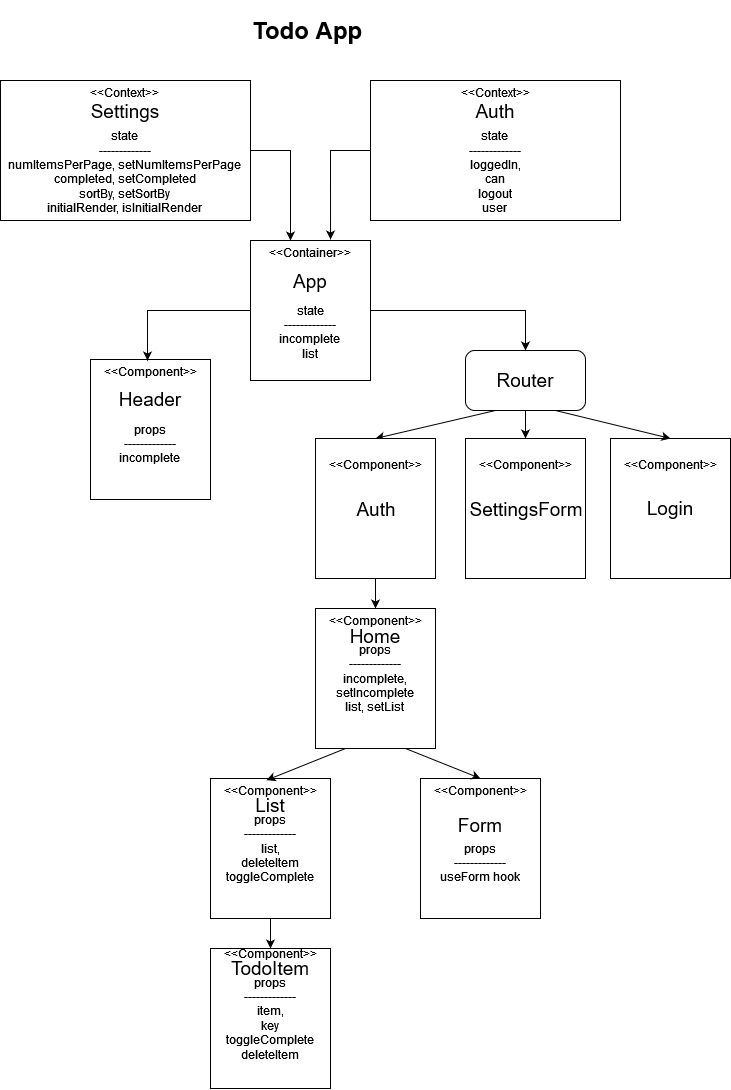
Earlier version of the draw.io export todoApp.png (Beers15/todo-app). Source tidied: cells renumbered, new cells last; positions are measured from the earlier drawing's top-left corner, leaving out a move shared by most shapes.
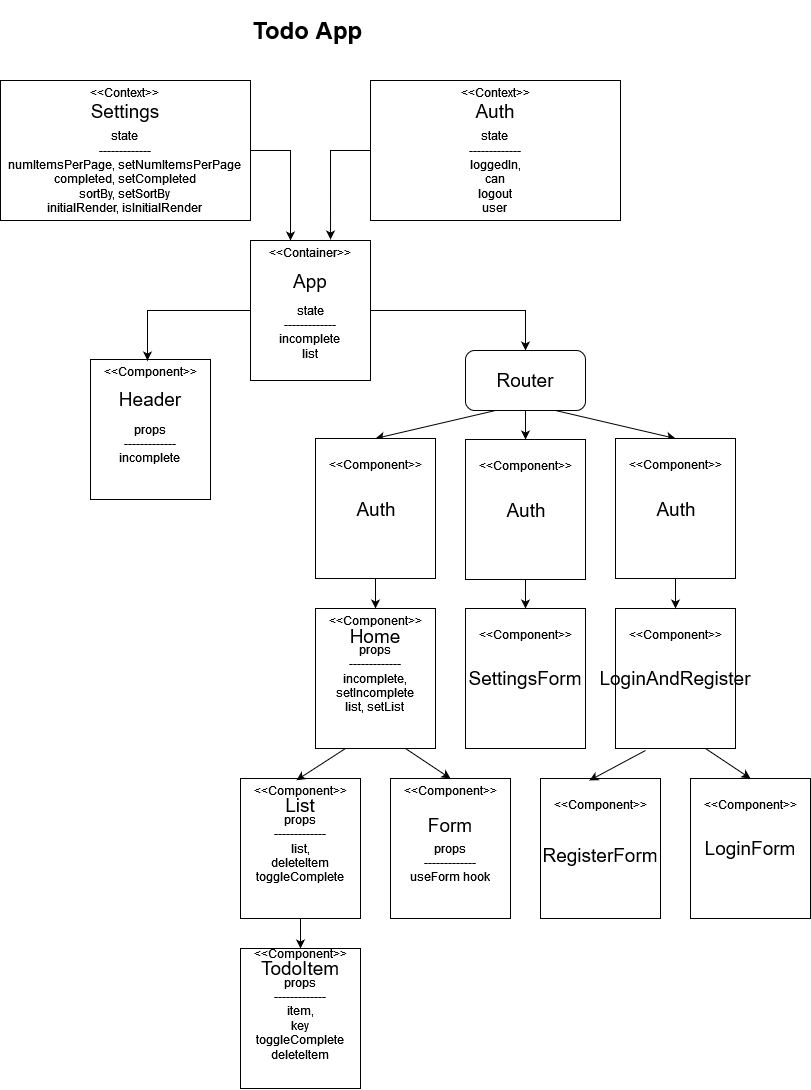
After the change.

Commit message:
Fix login and register bugs in Auth Context.

The edit, as a diff of the source:
```diff
@@ -17,9 +17,6 @@
     <mxCell id="6" value="&lt;div style=&quot;font-size: 19px&quot;&gt;&lt;font style=&quot;font-size: 19px&quot;&gt;&lt;b&gt;&lt;br&gt;&lt;/b&gt;&lt;/font&gt;&lt;/div&gt;&lt;div style=&quot;font-size: 19px&quot;&gt;Settings&lt;br&gt;&lt;/div&gt;" style="text;html=1;strokeColor=none;fillColor=none;align=center;verticalAlign=middle;whiteSpace=wrap;rounded=0;" parent="1" vertex="1">
       <mxGeometry x="95" y="80" width="60" height="20" as="geometry" />
     </mxCell>
-    <mxCell id="7" style="edgeStyle=orthogonalEdgeStyle;rounded=0;jettySize=auto;html=1;exitX=0.5;exitY=1;exitDx=0;exitDy=0;fontSize=19;" parent="1" edge="1" source="8" target="22">
-      <mxGeometry relative="1" as="geometry" />
-    </mxCell>
     <mxCell id="8" style="rounded=1;whiteSpace=wrap;html=1;fontSize=19;" parent="1" vertex="1">
       <mxGeometry x="465" y="340" width="120" height="60" as="geometry" />
     </mxCell>
@@ -81,31 +78,31 @@
       <mxGeometry x="345" y="618" width="60" height="2" as="geometry" />
     </mxCell>
     <mxCell id="22" value="&lt;div&gt;&amp;lt;&amp;lt;Component&amp;gt;&amp;gt;&lt;/div&gt;&lt;div&gt;&lt;br&gt;&lt;/div&gt;&lt;div&gt;&lt;br&gt;&lt;/div&gt;&lt;div&gt;&lt;br&gt;&lt;/div&gt;&lt;div&gt;&lt;br&gt;&lt;/div&gt;&lt;div&gt;&lt;br&gt;&lt;/div&gt;&lt;div&gt;&lt;br&gt;&lt;/div&gt;" style="rounded=0;whiteSpace=wrap;html=1;" parent="1" vertex="1">
-      <mxGeometry x="465" y="428" width="120" height="140" as="geometry" />
+      <mxGeometry x="465" y="598" width="120" height="140" as="geometry" />
     </mxCell>
     <mxCell id="23" value="&lt;div style=&quot;font-size: 19px&quot;&gt;&lt;font style=&quot;font-size: 19px&quot;&gt;SettingsForm&lt;/font&gt;&lt;/div&gt;" style="text;html=1;strokeColor=none;fillColor=none;align=center;verticalAlign=middle;whiteSpace=wrap;rounded=0;" parent="1" vertex="1">
-      <mxGeometry x="496" y="489" width="60" height="20" as="geometry" />
+      <mxGeometry x="495" y="658" width="60" height="20" as="geometry" />
     </mxCell>
     <mxCell id="24" value="&lt;div&gt;&amp;lt;&amp;lt;Component&amp;gt;&amp;gt;&lt;/div&gt;&lt;div&gt;&lt;br&gt;&lt;/div&gt;&lt;div&gt;&lt;br&gt;&lt;/div&gt;&lt;div&gt;&lt;br&gt;&lt;/div&gt;&lt;div&gt;&lt;br&gt;&lt;/div&gt;&lt;div&gt;&lt;br&gt;&lt;/div&gt;&lt;div&gt;&lt;br&gt;&lt;/div&gt;" style="rounded=0;whiteSpace=wrap;html=1;" parent="1" vertex="1">
-      <mxGeometry x="610" y="428" width="120" height="140" as="geometry" />
+      <mxGeometry x="615" y="598" width="120" height="140" as="geometry" />
     </mxCell>
-    <mxCell id="25" value="&lt;div style=&quot;font-size: 19px&quot;&gt;&lt;font style=&quot;font-size: 19px&quot;&gt;Login&lt;br&gt;&lt;/font&gt;&lt;/div&gt;" style="text;html=1;strokeColor=none;fillColor=none;align=center;verticalAlign=middle;whiteSpace=wrap;rounded=0;" parent="1" vertex="1">
-      <mxGeometry x="640" y="488" width="60" height="20" as="geometry" />
+    <mxCell id="25" value="&lt;div style=&quot;font-size: 19px&quot;&gt;&lt;font style=&quot;font-size: 19px&quot;&gt;LoginAndRegister&lt;br&gt;&lt;/font&gt;&lt;/div&gt;" style="text;html=1;strokeColor=none;fillColor=none;align=center;verticalAlign=middle;whiteSpace=wrap;rounded=0;" parent="1" vertex="1">
+      <mxGeometry x="645" y="658" width="60" height="20" as="geometry" />
     </mxCell>
     <mxCell id="26" style="edgeStyle=orthogonalEdgeStyle;rounded=0;jettySize=auto;html=1;fontSize=19;entryX=0.5;entryY=0;entryDx=0;entryDy=0;" parent="1" edge="1" source="27" target="29">
       <mxGeometry relative="1" as="geometry" />
     </mxCell>
     <mxCell id="27" value="&lt;div&gt;&amp;lt;&amp;lt;Component&amp;gt;&amp;gt;&lt;/div&gt;&lt;div&gt;&lt;br&gt;&lt;/div&gt;&lt;div&gt;props&lt;br&gt;&lt;/div&gt;&lt;div&gt;-------------&lt;/div&gt;&lt;div&gt;list,&lt;/div&gt;&lt;div&gt;deleteItem&lt;/div&gt;&lt;div&gt;toggleComplete&lt;br&gt;&lt;/div&gt;&lt;div&gt;&lt;br&gt;&lt;/div&gt;&lt;div&gt;&lt;br&gt;&lt;/div&gt;" style="rounded=0;whiteSpace=wrap;html=1;" parent="1" vertex="1">
-      <mxGeometry x="210" y="768" width="120" height="140" as="geometry" />
+      <mxGeometry x="240" y="768" width="120" height="140" as="geometry" />
     </mxCell>
     <mxCell id="28" value="&lt;div style=&quot;font-size: 19px&quot;&gt;&lt;font style=&quot;font-size: 19px&quot;&gt;List&lt;br&gt;&lt;/font&gt;&lt;/div&gt;" style="text;html=1;strokeColor=none;fillColor=none;align=center;verticalAlign=middle;whiteSpace=wrap;rounded=0;" parent="1" vertex="1">
-      <mxGeometry x="240" y="785" width="60" height="20" as="geometry" />
+      <mxGeometry x="270" y="785" width="60" height="20" as="geometry" />
     </mxCell>
     <mxCell id="29" value="&lt;div&gt;&amp;lt;&amp;lt;Component&amp;gt;&amp;gt;&lt;/div&gt;&lt;div&gt;&lt;br&gt;&lt;/div&gt;&lt;div&gt;props&lt;br&gt;&lt;/div&gt;&lt;div&gt;-------------&lt;/div&gt;&lt;div&gt;item,&lt;/div&gt;&lt;div&gt;key&lt;/div&gt;&lt;div&gt;toggleComplete&lt;/div&gt;&lt;div&gt;deleteItem&lt;br&gt;&lt;/div&gt;&lt;div&gt;&lt;br&gt;&lt;/div&gt;&lt;div&gt;&lt;br&gt;&lt;/div&gt;" style="rounded=0;whiteSpace=wrap;html=1;" parent="1" vertex="1">
-      <mxGeometry x="210" y="938" width="120" height="140" as="geometry" />
+      <mxGeometry x="240" y="938" width="120" height="140" as="geometry" />
     </mxCell>
     <mxCell id="30" value="&lt;div style=&quot;font-size: 19px&quot;&gt;&lt;font style=&quot;font-size: 19px&quot;&gt;TodoItem&lt;br&gt;&lt;/font&gt;&lt;/div&gt;" style="text;html=1;strokeColor=none;fillColor=none;align=center;verticalAlign=middle;whiteSpace=wrap;rounded=0;" parent="1" vertex="1">
-      <mxGeometry x="240" y="948" width="60" height="20" as="geometry" />
+      <mxGeometry x="270" y="948" width="60" height="20" as="geometry" />
     </mxCell>
     <mxCell id="31" style="edgeStyle=orthogonalEdgeStyle;rounded=0;jettySize=auto;html=1;fontSize=19;" parent="1" edge="1" source="32" target="20">
       <mxGeometry relative="1" as="geometry" />
@@ -116,14 +113,14 @@
     <mxCell id="33" value="&lt;div style=&quot;font-size: 19px&quot;&gt;&lt;font style=&quot;font-size: 19px&quot;&gt;Auth&lt;/font&gt;&lt;/div&gt;" style="text;html=1;strokeColor=none;fillColor=none;align=center;verticalAlign=middle;whiteSpace=wrap;rounded=0;" parent="1" vertex="1">
       <mxGeometry x="346" y="489" width="60" height="20" as="geometry" />
     </mxCell>
-    <mxCell id="34" style="endArrow=classic;html=1;rounded=0;fontSize=19;exitX=0.75;exitY=1;exitDx=0;exitDy=0;entryX=0.5;entryY=0;entryDx=0;entryDy=0;" parent="1" edge="1" source="8" target="24">
+    <mxCell id="34" style="endArrow=classic;html=1;rounded=0;fontSize=19;exitX=0.75;exitY=1;exitDx=0;exitDy=0;entryX=0.5;entryY=0;entryDx=0;entryDy=0;" parent="1" edge="1" source="8" target="45">
       <mxGeometry relative="1" as="geometry" />
     </mxCell>
     <mxCell id="35" value="&lt;div&gt;&amp;lt;&amp;lt;Component&amp;gt;&amp;gt;&lt;/div&gt;&lt;div&gt;&lt;br&gt;&lt;/div&gt;&lt;div&gt;&lt;br&gt;&lt;/div&gt;&lt;div&gt;&lt;br&gt;&lt;/div&gt;&lt;div&gt;props&lt;/div&gt;&lt;div&gt;-------------&lt;/div&gt;&lt;div&gt;useForm hook&lt;br&gt;&lt;/div&gt;&lt;div&gt;&lt;br&gt;&lt;/div&gt;&lt;div&gt;&lt;br&gt;&lt;/div&gt;" style="rounded=0;whiteSpace=wrap;html=1;" parent="1" vertex="1">
-      <mxGeometry x="420" y="768" width="120" height="140" as="geometry" />
+      <mxGeometry x="390" y="768" width="120" height="140" as="geometry" />
     </mxCell>
     <mxCell id="36" value="&lt;div style=&quot;font-size: 19px&quot;&gt;&lt;font style=&quot;font-size: 19px&quot;&gt;Form&lt;br&gt;&lt;/font&gt;&lt;/div&gt;" style="text;html=1;strokeColor=none;fillColor=none;align=center;verticalAlign=middle;whiteSpace=wrap;rounded=0;" parent="1" vertex="1">
-      <mxGeometry x="450" y="805" width="60" height="20" as="geometry" />
+      <mxGeometry x="420" y="805" width="60" height="20" as="geometry" />
     </mxCell>
     <mxCell id="37" style="endArrow=classic;html=1;rounded=0;fontSize=19;entryX=0.467;entryY=0.012;entryDx=0;entryDy=0;entryPerimeter=0;exitX=0.25;exitY=1;exitDx=0;exitDy=0;" parent="1" edge="1" source="20" target="27">
       <mxGeometry relative="1" as="geometry" />
@@ -131,5 +128,46 @@
     <mxCell id="38" style="endArrow=classic;html=1;rounded=0;fontSize=19;exitX=0.75;exitY=1;exitDx=0;exitDy=0;entryX=0.5;entryY=0;entryDx=0;entryDy=0;" parent="1" edge="1" source="20" target="35">
       <mxGeometry relative="1" as="geometry" />
     </mxCell>
+    <mxCell id="39" value="&lt;div&gt;&amp;lt;&amp;lt;Component&amp;gt;&amp;gt;&lt;/div&gt;&lt;div&gt;&lt;br&gt;&lt;/div&gt;&lt;div&gt;&lt;br&gt;&lt;/div&gt;&lt;div&gt;&lt;br&gt;&lt;/div&gt;&lt;div&gt;&lt;br&gt;&lt;/div&gt;&lt;div&gt;&lt;br&gt;&lt;/div&gt;&lt;div&gt;&lt;br&gt;&lt;/div&gt;" style="rounded=0;whiteSpace=wrap;html=1;" parent="1" vertex="1">
+      <mxGeometry x="690" y="768" width="120" height="140" as="geometry" />
+    </mxCell>
+    <mxCell id="40" value="&lt;div style=&quot;font-size: 19px&quot;&gt;&lt;font style=&quot;font-size: 19px&quot;&gt;LoginForm&lt;br&gt;&lt;/font&gt;&lt;/div&gt;" style="text;html=1;strokeColor=none;fillColor=none;align=center;verticalAlign=middle;whiteSpace=wrap;rounded=0;" parent="1" vertex="1">
+      <mxGeometry x="720" y="828" width="60" height="20" as="geometry" />
+    </mxCell>
+    <mxCell id="41" value="&lt;div&gt;&amp;lt;&amp;lt;Component&amp;gt;&amp;gt;&lt;/div&gt;&lt;div&gt;&lt;br&gt;&lt;/div&gt;&lt;div&gt;&lt;br&gt;&lt;/div&gt;&lt;div&gt;&lt;br&gt;&lt;/div&gt;&lt;div&gt;&lt;br&gt;&lt;/div&gt;&lt;div&gt;&lt;br&gt;&lt;/div&gt;&lt;div&gt;&lt;br&gt;&lt;/div&gt;" style="rounded=0;whiteSpace=wrap;html=1;" parent="1" vertex="1">
+      <mxGeometry x="540" y="768" width="120" height="140" as="geometry" />
+    </mxCell>
+    <mxCell id="42" value="&lt;br&gt;&lt;div style=&quot;font-size: 19px&quot;&gt;&lt;font style=&quot;font-size: 19px&quot;&gt;RegisterForm&lt;br&gt;&lt;/font&gt;&lt;/div&gt;" style="text;html=1;strokeColor=none;fillColor=none;align=center;verticalAlign=middle;whiteSpace=wrap;rounded=0;" parent="1" vertex="1">
+      <mxGeometry x="570" y="828" width="60" height="20" as="geometry" />
+    </mxCell>
+    <mxCell id="43" style="endArrow=classic;html=1;rounded=0;entryX=0.408;entryY=0.014;entryDx=0;entryDy=0;entryPerimeter=0;" parent="1" edge="1" target="41">
+      <mxGeometry relative="1" as="geometry">
+        <mxPoint x="645" y="740" as="sourcePoint" />
+      </mxGeometry>
+    </mxCell>
+    <mxCell id="44" style="endArrow=classic;html=1;rounded=0;exitX=0.75;exitY=1;exitDx=0;exitDy=0;entryX=0.5;entryY=0;entryDx=0;entryDy=0;" parent="1" edge="1" source="24" target="39">
+      <mxGeometry relative="1" as="geometry" />
+    </mxCell>
+    <mxCell id="45" value="&lt;div&gt;&amp;lt;&amp;lt;Component&amp;gt;&amp;gt;&lt;/div&gt;&lt;div&gt;&lt;br&gt;&lt;/div&gt;&lt;div&gt;&lt;br&gt;&lt;/div&gt;&lt;div&gt;&lt;br&gt;&lt;/div&gt;&lt;div&gt;&lt;br&gt;&lt;/div&gt;&lt;div&gt;&lt;br&gt;&lt;/div&gt;&lt;div&gt;&lt;br&gt;&lt;/div&gt;" style="rounded=0;whiteSpace=wrap;html=1;" parent="1" vertex="1">
+      <mxGeometry x="615" y="428" width="120" height="140" as="geometry" />
+    </mxCell>
+    <mxCell id="46" value="&lt;div style=&quot;font-size: 19px&quot;&gt;&lt;font style=&quot;font-size: 19px&quot;&gt;Auth&lt;/font&gt;&lt;/div&gt;" style="text;html=1;strokeColor=none;fillColor=none;align=center;verticalAlign=middle;whiteSpace=wrap;rounded=0;" parent="1" vertex="1">
+      <mxGeometry x="646" y="489" width="60" height="20" as="geometry" />
+    </mxCell>
+    <mxCell id="47" style="endArrow=classic;html=1;rounded=0;exitX=0.5;exitY=1;exitDx=0;exitDy=0;entryX=0.5;entryY=0;entryDx=0;entryDy=0;" parent="1" edge="1" source="45" target="24">
+      <mxGeometry relative="1" as="geometry" />
+    </mxCell>
+    <mxCell id="48" value="&lt;div&gt;&amp;lt;&amp;lt;Component&amp;gt;&amp;gt;&lt;/div&gt;&lt;div&gt;&lt;br&gt;&lt;/div&gt;&lt;div&gt;&lt;br&gt;&lt;/div&gt;&lt;div&gt;&lt;br&gt;&lt;/div&gt;&lt;div&gt;&lt;br&gt;&lt;/div&gt;&lt;div&gt;&lt;br&gt;&lt;/div&gt;&lt;div&gt;&lt;br&gt;&lt;/div&gt;" style="rounded=0;whiteSpace=wrap;html=1;" parent="1" vertex="1">
+      <mxGeometry x="465" y="429" width="120" height="140" as="geometry" />
+    </mxCell>
+    <mxCell id="49" value="&lt;div style=&quot;font-size: 19px&quot;&gt;&lt;font style=&quot;font-size: 19px&quot;&gt;Auth&lt;/font&gt;&lt;/div&gt;" style="text;html=1;strokeColor=none;fillColor=none;align=center;verticalAlign=middle;whiteSpace=wrap;rounded=0;" parent="1" vertex="1">
+      <mxGeometry x="496" y="490" width="60" height="20" as="geometry" />
+    </mxCell>
+    <mxCell id="50" style="endArrow=classic;html=1;rounded=0;exitX=0.5;exitY=1;exitDx=0;exitDy=0;" parent="1" edge="1" source="8" target="48">
+      <mxGeometry relative="1" as="geometry" />
+    </mxCell>
+    <mxCell id="51" style="endArrow=classic;html=1;rounded=0;exitX=0.5;exitY=1;exitDx=0;exitDy=0;" parent="1" edge="1" source="48" target="22">
+      <mxGeometry relative="1" as="geometry" />
+    </mxCell>
   </root>
 </mxGraphModel>
```
